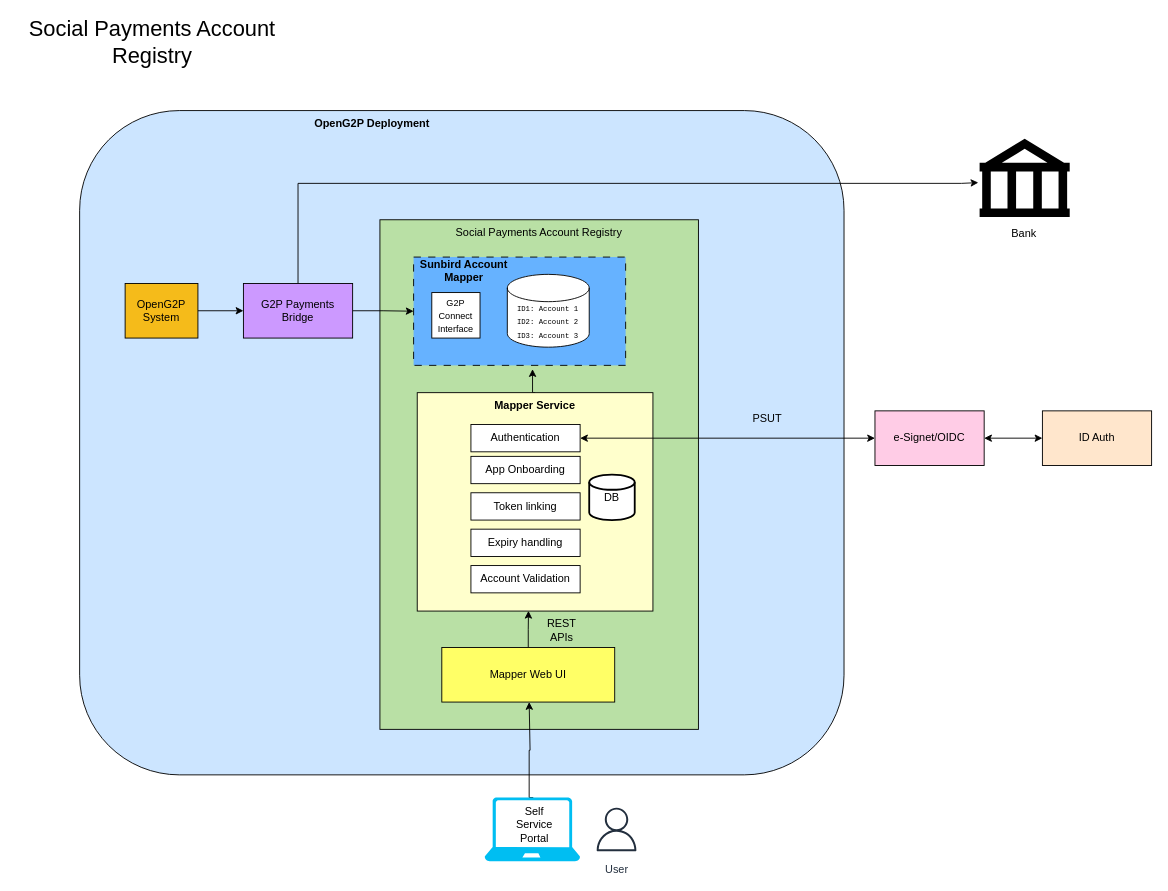
Before: .gitbook/assets/social-account-registry.drawio in OpenG2P/openg2p-documentation, a draw.io diagram. Source tidied: cells renumbered, new cells numbered last; positions are measured from the earlier drawing's top-left corner, leaving out a move shared by most shapes. Both pictures are drawn from the tidied source at 91%, with x=0, y=0 at pixel (15, 28).
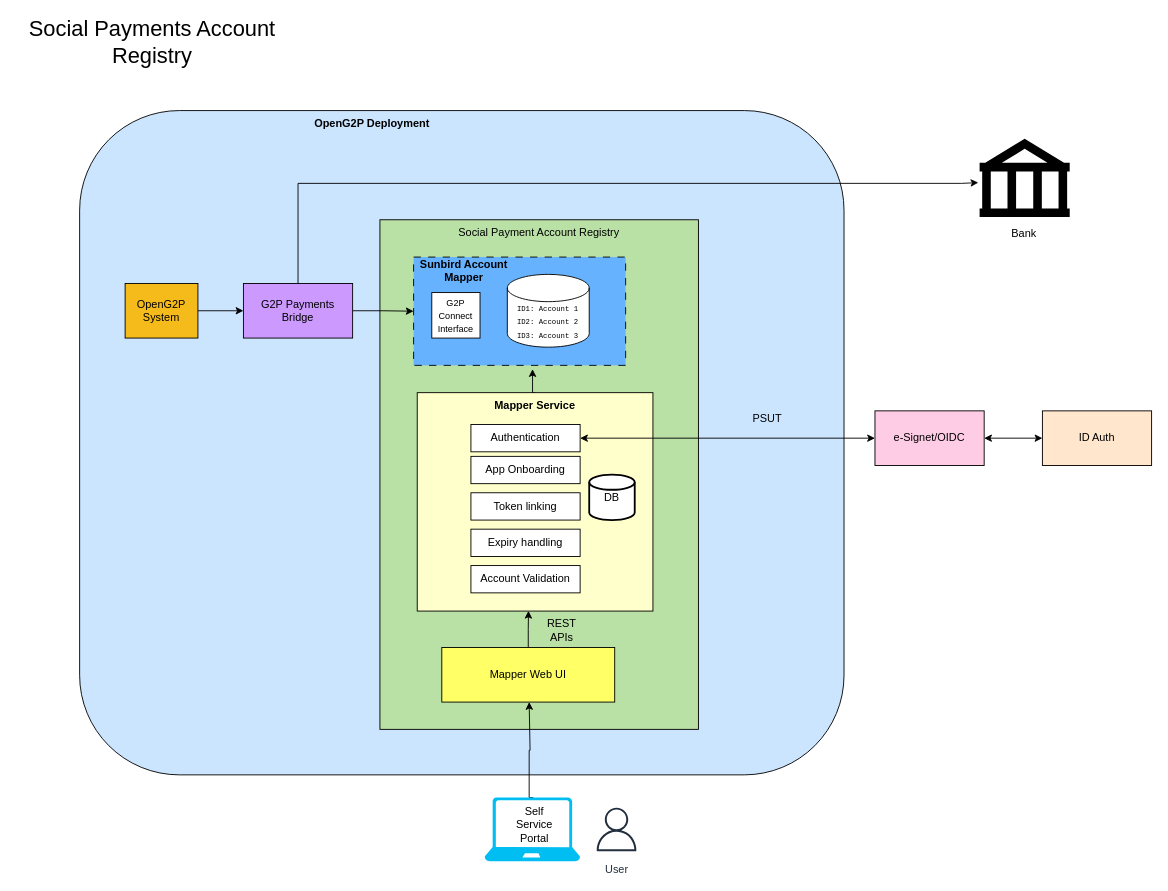
After the change.

Diff of the diagram source:
```diff
@@
-    <mxCell id="3" value="Social Payments Account Registry" style="rounded=0;whiteSpace=wrap;html=1;verticalAlign=top;fillColor=#B9E0A5;" parent="1" vertex="1">
+    <mxCell id="3" value="Social Payment Account Registry" style="rounded=0;whiteSpace=wrap;html=1;verticalAlign=top;fillColor=#B9E0A5;" parent="1" vertex="1">
       <mxGeometry x="400" y="210" width="350" height="560" as="geometry" />
     </mxCell>
```
